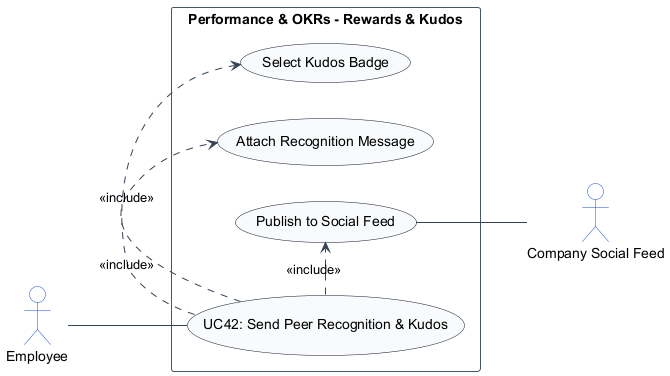
Earlier version of the PlantUML export usecase_images/module_05_performance_okrs/UC42.png (TamBui1706/HRPlatform).
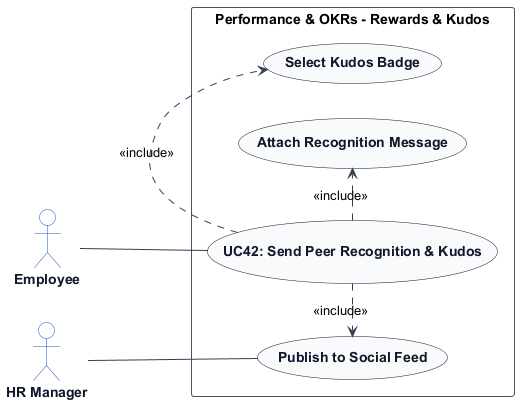
After the change.

What changed in the source:
```diff
@@ -7,13 +7,19 @@
 skinparam ArrowColor #334155
 skinparam ActorBorderColor #1d4ed8
 skinparam ActorBackgroundColor #ffffff
+skinparam ActorFontColor #0f172a
+skinparam ActorFontStyle bold
+
 skinparam UsecaseBorderColor #0f172a
 skinparam UsecaseBackgroundColor #f8fafc
+skinparam UsecaseFontColor #0f172a
+skinparam UsecaseFontStyle bold
+
 skinparam RectangleBorderColor #475569
 skinparam RectangleBackgroundColor #ffffff
 
 actor "Employee" as Employee
-actor "Company Social Feed" as CompanySocialFeed
+actor "HR Manager" as HRManager
 
 rectangle "Performance & OKRs - Rewards & Kudos" {
     usecase "UC42: Send Peer Recognition & Kudos" as UC_Main
@@ -22,9 +28,9 @@
     usecase "Publish to Social Feed" as UC_PubFeed
 
     Employee -- UC_Main
+    HRManager -- UC_PubFeed
     UC_Main .> UC_SelectBadge : <<include>>
     UC_Main .> UC_AttachMsg : <<include>>
     UC_Main .> UC_PubFeed : <<include>>
-    UC_PubFeed -- CompanySocialFeed
 }
 @enduml
```
